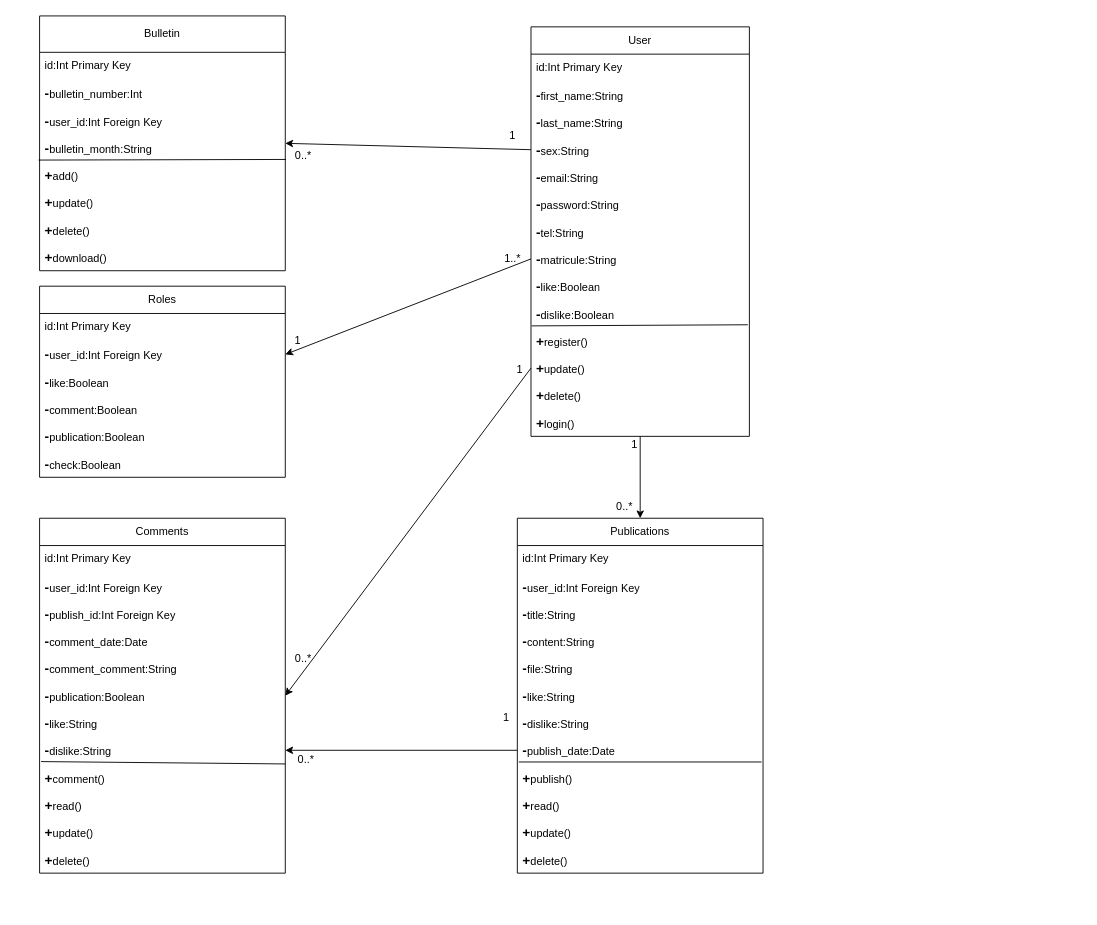
Earlier version of the draw.io diagram Bons/classe.drawio (Ahmadcodingalx/diagrammes). Source tidied: cells renumbered, new cells numbered last; positions are measured from the earlier drawing's top-left corner, leaving out a move shared by most shapes. Both pictures are drawn from the tidied source at 91%, with x=0, y=0 at pixel (39, 15).
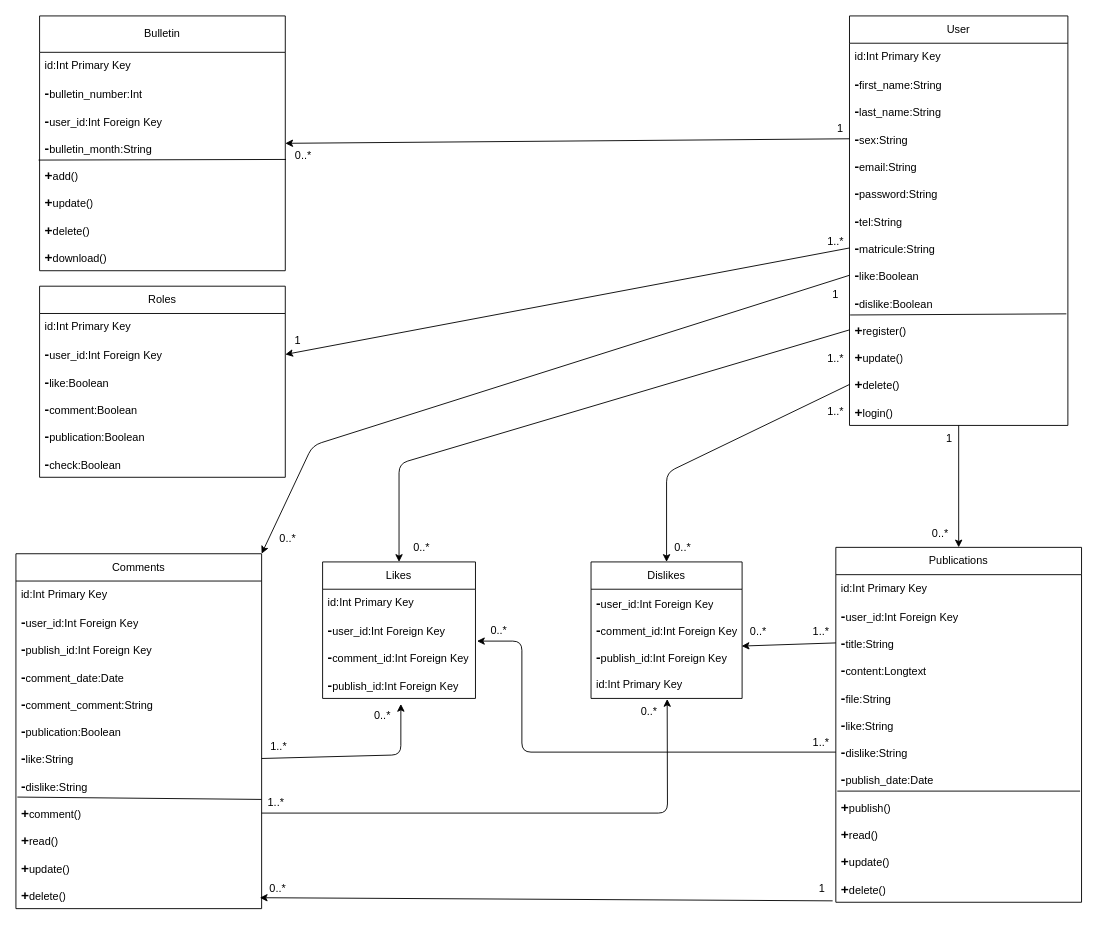
The same diagram, later.

Unchanged cells that the change refers to:
```xml
<mxCell id="11" value="&lt;b&gt;&lt;font style=&quot;font-size: 15px;&quot;&gt;-&lt;/font&gt;&lt;/b&gt;like:Boolean" style="text;strokeColor=none;fillColor=none;align=left;verticalAlign=middle;spacingLeft=4;spacingRight=4;overflow=hidden;points=[[0,0.5],[1,0.5]];portConstraint=eastwest;whiteSpace=wrap;html=1;" parent="2" vertex="1">
  <mxGeometry y="270" width="240" height="30" as="geometry" />
</mxCell>
<mxCell id="13" value="&lt;b&gt;&lt;font style=&quot;font-size: 15px;&quot;&gt;+&lt;/font&gt;&lt;/b&gt;register()" style="text;strokeColor=none;fillColor=none;align=left;verticalAlign=middle;spacingLeft=4;spacingRight=4;overflow=hidden;points=[[0,0.5],[1,0.5]];portConstraint=eastwest;whiteSpace=wrap;html=1;" parent="2" vertex="1">
  <mxGeometry y="330" width="240" height="30" as="geometry" />
</mxCell>
<mxCell id="14" value="&lt;b&gt;&lt;font style=&quot;font-size: 15px;&quot;&gt;+&lt;/font&gt;&lt;/b&gt;update()" style="text;strokeColor=none;fillColor=none;align=left;verticalAlign=middle;spacingLeft=4;spacingRight=4;overflow=hidden;points=[[0,0.5],[1,0.5]];portConstraint=eastwest;whiteSpace=wrap;html=1;" parent="2" vertex="1">
  <mxGeometry y="360" width="240" height="30" as="geometry" />
</mxCell>
<mxCell id="15" value="&lt;b&gt;&lt;font style=&quot;font-size: 15px;&quot;&gt;+&lt;/font&gt;&lt;/b&gt;delete()" style="text;strokeColor=none;fillColor=none;align=left;verticalAlign=middle;spacingLeft=4;spacingRight=4;overflow=hidden;points=[[0,0.5],[1,0.5]];portConstraint=eastwest;whiteSpace=wrap;html=1;" parent="2" vertex="1">
  <mxGeometry y="390" width="240" height="30" as="geometry" />
</mxCell>
<mxCell id="31" value="&lt;b&gt;&lt;font style=&quot;font-size: 15px;&quot;&gt;-&lt;/font&gt;&lt;/b&gt;title:String" style="text;strokeColor=none;fillColor=none;align=left;verticalAlign=middle;spacingLeft=4;spacingRight=4;overflow=hidden;points=[[0,0.5],[1,0.5]];portConstraint=eastwest;whiteSpace=wrap;html=1;" parent="28" vertex="1">
  <mxGeometry y="90" width="270" height="30" as="geometry" />
</mxCell>
<mxCell id="35" value="&lt;b&gt;&lt;font style=&quot;font-size: 15px;&quot;&gt;-&lt;/font&gt;&lt;/b&gt;dislike:String" style="text;strokeColor=none;fillColor=none;align=left;verticalAlign=middle;spacingLeft=4;spacingRight=4;overflow=hidden;points=[[0,0.5],[1,0.5]];portConstraint=eastwest;whiteSpace=wrap;html=1;" parent="28" vertex="1">
  <mxGeometry y="210" width="270" height="30" as="geometry" />
</mxCell>
<mxCell id="36" value="&lt;b&gt;&lt;font style=&quot;font-size: 15px;&quot;&gt;-&lt;/font&gt;&lt;/b&gt;publish_date:Date" style="text;strokeColor=none;fillColor=none;align=left;verticalAlign=middle;spacingLeft=4;spacingRight=4;overflow=hidden;points=[[0,0.5],[1,0.5]];portConstraint=eastwest;whiteSpace=wrap;html=1;" parent="28" vertex="1">
  <mxGeometry y="240" width="270" height="30" as="geometry" />
</mxCell>
<mxCell id="40" value="&lt;b&gt;&lt;font style=&quot;font-size: 15px;&quot;&gt;+&lt;/font&gt;&lt;/b&gt;delete()" style="text;strokeColor=none;fillColor=none;align=left;verticalAlign=middle;spacingLeft=4;spacingRight=4;overflow=hidden;points=[[0,0.5],[1,0.5]];portConstraint=eastwest;whiteSpace=wrap;html=1;" parent="28" vertex="1">
  <mxGeometry y="360" width="270" height="30" as="geometry" />
</mxCell>
<mxCell id="61" value="&lt;b&gt;&lt;font style=&quot;font-size: 15px;&quot;&gt;-&lt;/font&gt;&lt;/b&gt;publication:Boolean" style="text;strokeColor=none;fillColor=none;align=left;verticalAlign=middle;spacingLeft=4;spacingRight=4;overflow=hidden;points=[[0,0.5],[1,0.5]];portConstraint=eastwest;whiteSpace=wrap;html=1;" parent="55" vertex="1">
  <mxGeometry y="180" width="270" height="30" as="geometry" />
</mxCell>
<mxCell id="62" value="&lt;b&gt;&lt;font style=&quot;font-size: 15px;&quot;&gt;-&lt;/font&gt;&lt;/b&gt;like:String" style="text;strokeColor=none;fillColor=none;align=left;verticalAlign=middle;spacingLeft=4;spacingRight=4;overflow=hidden;points=[[0,0.5],[1,0.5]];portConstraint=eastwest;whiteSpace=wrap;html=1;" parent="55" vertex="1">
  <mxGeometry y="210" width="270" height="30" as="geometry" />
</mxCell>
<mxCell id="63" value="&lt;b&gt;&lt;font style=&quot;font-size: 15px;&quot;&gt;-&lt;/font&gt;&lt;/b&gt;dislike:String" style="text;strokeColor=none;fillColor=none;align=left;verticalAlign=middle;spacingLeft=4;spacingRight=4;overflow=hidden;points=[[0,0.5],[1,0.5]];portConstraint=eastwest;whiteSpace=wrap;html=1;" parent="55" vertex="1">
  <mxGeometry y="240" width="270" height="30" as="geometry" />
</mxCell>
<mxCell id="64" value="&lt;b&gt;&lt;font style=&quot;font-size: 15px;&quot;&gt;+&lt;/font&gt;&lt;/b&gt;comment()" style="text;strokeColor=none;fillColor=none;align=left;verticalAlign=middle;spacingLeft=4;spacingRight=4;overflow=hidden;points=[[0,0.5],[1,0.5]];portConstraint=eastwest;whiteSpace=wrap;html=1;" parent="55" vertex="1">
  <mxGeometry y="270" width="270" height="30" as="geometry" />
</mxCell>
```

Diff of the diagram source:
```diff
@@
     <mxCell id="2" value="User" style="swimlane;fontStyle=0;horizontal=1;startSize=30;whiteSpace=wrap;html=1;" parent="1" vertex="1">
-      <mxGeometry x="540" y="12" width="240" height="450" as="geometry" />
+      <mxGeometry x="890" width="240" height="450" as="geometry" />
     </mxCell>
@@
     <mxCell id="28" value="Publications" style="swimlane;fontStyle=0;horizontal=1;startSize=30;whiteSpace=wrap;html=1;" parent="1" vertex="1">
-      <mxGeometry x="525" y="552" width="270" height="390" as="geometry" />
+      <mxGeometry x="875" y="584" width="270" height="390" as="geometry" />
     </mxCell>
@@
-    <mxCell id="32" value="&lt;b&gt;&lt;font style=&quot;font-size: 15px;&quot;&gt;-&lt;/font&gt;&lt;/b&gt;content:String" style="text;strokeColor=none;fillColor=none;align=left;verticalAlign=middle;spacingLeft=4;spacingRight=4;overflow=hidden;whiteSpace=wrap;html=1;" parent="28" vertex="1">
+    <mxCell id="32" value="&lt;b&gt;&lt;font style=&quot;font-size: 15px;&quot;&gt;-&lt;/font&gt;&lt;/b&gt;content:Longtext" style="text;strokeColor=none;fillColor=none;align=left;verticalAlign=middle;spacingLeft=4;spacingRight=4;overflow=hidden;whiteSpace=wrap;html=1;" parent="28" vertex="1">
       <mxGeometry y="120" width="270" height="30" as="geometry" />
     </mxCell>
@@
     <mxCell id="44" value="1" style="text;html=1;strokeColor=none;fillColor=none;align=center;verticalAlign=middle;whiteSpace=wrap;rounded=0;" parent="1" vertex="1">
-      <mxGeometry x="490" y="117" width="60" height="30" as="geometry" />
+      <mxGeometry x="850" y="109" width="60" height="30" as="geometry" />
     </mxCell>
@@
     <mxCell id="46" value="1" style="text;html=1;strokeColor=none;fillColor=none;align=center;verticalAlign=middle;whiteSpace=wrap;rounded=0;" parent="1" vertex="1">
-      <mxGeometry x="624" y="456" width="60" height="30" as="geometry" />
+      <mxGeometry x="970" y="450" width="60" height="30" as="geometry" />
     </mxCell>
     <mxCell id="47" value="0..*" style="text;html=1;strokeColor=none;fillColor=none;align=center;verticalAlign=middle;whiteSpace=wrap;rounded=0;" parent="1" vertex="1">
-      <mxGeometry x="613" y="524" width="60" height="30" as="geometry" />
+      <mxGeometry x="960" y="554" width="60" height="30" as="geometry" />
     </mxCell>
@@
     <mxCell id="55" value="Comments" style="swimlane;fontStyle=0;horizontal=1;startSize=30;whiteSpace=wrap;html=1;" parent="1" vertex="1">
-      <mxGeometry y="552" width="270" height="390" as="geometry" />
+      <mxGeometry x="-26" y="591" width="270" height="390" as="geometry" />
     </mxCell>
@@
     <mxCell id="71" value="1..*" style="text;html=1;strokeColor=none;fillColor=none;align=center;verticalAlign=middle;whiteSpace=wrap;rounded=0;" parent="1" vertex="1">
-      <mxGeometry x="490" y="252" width="60" height="30" as="geometry" />
+      <mxGeometry x="845" y="233" width="60" height="30" as="geometry" />
     </mxCell>
-    <mxCell id="72" style="edgeStyle=none;html=1;exitX=0;exitY=0.5;exitDx=0;exitDy=0;entryX=1;entryY=0.5;entryDx=0;entryDy=0;" parent="1" edge="1" source="14" target="61">
-      <mxGeometry relative="1" as="geometry" />
+    <mxCell id="72" style="edgeStyle=none;html=1;exitX=0;exitY=0.5;exitDx=0;exitDy=0;entryX=1;entryY=0;entryDx=0;entryDy=0;" parent="1" edge="1" source="11" target="55">
+      <mxGeometry relative="1" as="geometry">
+        <Array as="points">
+          <mxPoint x="300" y="472" />
+        </Array>
+      </mxGeometry>
     </mxCell>
     <mxCell id="73" value="0..*" style="text;html=1;strokeColor=none;fillColor=none;align=center;verticalAlign=middle;whiteSpace=wrap;rounded=0;" parent="1" vertex="1">
-      <mxGeometry x="260" y="691" width="60" height="30" as="geometry" />
+      <mxGeometry x="243" y="560" width="60" height="30" as="geometry" />
     </mxCell>
     <mxCell id="74" value="1" style="text;html=1;strokeColor=none;fillColor=none;align=center;verticalAlign=middle;whiteSpace=wrap;rounded=0;" parent="1" vertex="1">
-      <mxGeometry x="498" y="374" width="60" height="30" as="geometry" />
+      <mxGeometry x="845" y="292" width="60" height="30" as="geometry" />
     </mxCell>
-    <mxCell id="75" style="edgeStyle=none;html=1;exitX=0;exitY=0.5;exitDx=0;exitDy=0;entryX=1;entryY=0.5;entryDx=0;entryDy=0;" parent="1" edge="1" source="36" target="63">
-      <mxGeometry relative="1" as="geometry" />
+    <mxCell id="75" style="edgeStyle=none;html=1;exitX=-0.013;exitY=0.948;exitDx=0;exitDy=0;exitPerimeter=0;" parent="1" edge="1" source="40">
+      <mxGeometry relative="1" as="geometry">
+        <mxPoint x="242" y="969" as="targetPoint" />
+      </mxGeometry>
     </mxCell>
     <mxCell id="76" value="0..*" style="text;html=1;strokeColor=none;fillColor=none;align=center;verticalAlign=middle;whiteSpace=wrap;rounded=0;" parent="1" vertex="1">
-      <mxGeometry x="263" y="803" width="60" height="30" as="geometry" />
+      <mxGeometry x="232" y="944" width="60" height="30" as="geometry" />
     </mxCell>
     <mxCell id="77" value="1" style="text;html=1;strokeColor=none;fillColor=none;align=center;verticalAlign=middle;whiteSpace=wrap;rounded=0;" parent="1" vertex="1">
-      <mxGeometry x="483" y="756" width="60" height="30" as="geometry" />
+      <mxGeometry x="830" y="944" width="60" height="30" as="geometry" />
     </mxCell>
+    <mxCell id="78" value="Likes" style="swimlane;fontStyle=0;horizontal=1;startSize=30;whiteSpace=wrap;html=1;" parent="1" vertex="1">
+      <mxGeometry x="311" y="600" width="168" height="150" as="geometry" />
+    </mxCell>
+    <mxCell id="79" value="id:Int Primary Key" style="text;strokeColor=none;fillColor=none;align=left;verticalAlign=middle;spacingLeft=4;spacingRight=4;overflow=hidden;whiteSpace=wrap;html=1;" parent="78" vertex="1">
+      <mxGeometry y="30" width="168" height="30" as="geometry" />
+    </mxCell>
+    <mxCell id="80" value="&lt;b&gt;&lt;font style=&quot;font-size: 15px;&quot;&gt;-&lt;/font&gt;&lt;/b&gt;user_id:Int Foreign Key" style="text;strokeColor=none;fillColor=none;align=left;verticalAlign=middle;spacingLeft=4;spacingRight=4;overflow=hidden;whiteSpace=wrap;html=1;" parent="78" vertex="1">
+      <mxGeometry y="60" width="168" height="30" as="geometry" />
+    </mxCell>
+    <mxCell id="81" value="&lt;b&gt;&lt;font style=&quot;font-size: 15px;&quot;&gt;-&lt;/font&gt;&lt;/b&gt;comment_id:Int Foreign Key" style="text;strokeColor=none;fillColor=none;align=left;verticalAlign=middle;spacingLeft=4;spacingRight=4;overflow=hidden;points=[[0,0.5],[1,0.5]];portConstraint=eastwest;whiteSpace=wrap;html=1;" parent="78" vertex="1">
+      <mxGeometry y="90" width="168" height="30" as="geometry" />
+    </mxCell>
+    <mxCell id="82" value="&lt;b&gt;&lt;font style=&quot;font-size: 15px;&quot;&gt;-&lt;/font&gt;&lt;/b&gt;publish_id:Int Foreign Key" style="text;strokeColor=none;fillColor=none;align=left;verticalAlign=middle;spacingLeft=4;spacingRight=4;overflow=hidden;points=[[0,0.5],[1,0.5]];portConstraint=eastwest;whiteSpace=wrap;html=1;" parent="78" vertex="1">
+      <mxGeometry y="120" width="168" height="30" as="geometry" />
+    </mxCell>
+    <mxCell id="83" value="Dislikes" style="swimlane;fontStyle=0;horizontal=1;startSize=30;whiteSpace=wrap;html=1;" parent="1" vertex="1">
+      <mxGeometry x="606" y="600" width="166" height="150" as="geometry" />
+    </mxCell>
+    <mxCell id="84" value="&lt;b&gt;&lt;font style=&quot;font-size: 15px;&quot;&gt;-&lt;/font&gt;&lt;/b&gt;user_id:Int Foreign Key" style="text;strokeColor=none;fillColor=none;align=left;verticalAlign=middle;spacingLeft=4;spacingRight=4;overflow=hidden;whiteSpace=wrap;html=1;" parent="83" vertex="1">
+      <mxGeometry y="30" width="166" height="30" as="geometry" />
+    </mxCell>
+    <mxCell id="85" value="&lt;b&gt;&lt;font style=&quot;font-size: 15px;&quot;&gt;-&lt;/font&gt;&lt;/b&gt;comment_id:Int Foreign Key" style="text;strokeColor=none;fillColor=none;align=left;verticalAlign=middle;spacingLeft=4;spacingRight=4;overflow=hidden;whiteSpace=wrap;html=1;" parent="83" vertex="1">
+      <mxGeometry y="60" width="166" height="30" as="geometry" />
+    </mxCell>
+    <mxCell id="86" value="&lt;b&gt;&lt;font style=&quot;font-size: 15px;&quot;&gt;-&lt;/font&gt;&lt;/b&gt;publish_id:Int Foreign Key" style="text;strokeColor=none;fillColor=none;align=left;verticalAlign=middle;spacingLeft=4;spacingRight=4;overflow=hidden;points=[[0,0.5],[1,0.5]];portConstraint=eastwest;whiteSpace=wrap;html=1;" parent="83" vertex="1">
+      <mxGeometry y="90" width="166" height="30" as="geometry" />
+    </mxCell>
+    <mxCell id="87" value="id:Int Primary Key" style="text;strokeColor=none;fillColor=none;align=left;verticalAlign=middle;spacingLeft=4;spacingRight=4;overflow=hidden;points=[[0,0.5],[1,0.5]];portConstraint=eastwest;whiteSpace=wrap;html=1;" parent="83" vertex="1">
+      <mxGeometry y="120" width="166" height="30" as="geometry" />
+    </mxCell>
+    <mxCell id="88" style="edgeStyle=none;html=1;exitX=0;exitY=0.5;exitDx=0;exitDy=0;entryX=0.5;entryY=0;entryDx=0;entryDy=0;" parent="1" edge="1" source="13" target="78">
+      <mxGeometry relative="1" as="geometry">
+        <Array as="points">
+          <mxPoint x="395" y="492" />
+        </Array>
+      </mxGeometry>
+    </mxCell>
+    <mxCell id="89" value="0..*" style="text;html=1;strokeColor=none;fillColor=none;align=center;verticalAlign=middle;whiteSpace=wrap;rounded=0;" parent="1" vertex="1">
+      <mxGeometry x="390" y="570" width="60" height="30" as="geometry" />
+    </mxCell>
+    <mxCell id="90" value="1..*" style="text;html=1;strokeColor=none;fillColor=none;align=center;verticalAlign=middle;whiteSpace=wrap;rounded=0;" parent="1" vertex="1">
+      <mxGeometry x="845" y="362" width="60" height="30" as="geometry" />
+    </mxCell>
+    <mxCell id="91" style="edgeStyle=none;html=1;exitX=0;exitY=0.5;exitDx=0;exitDy=0;entryX=0.5;entryY=0;entryDx=0;entryDy=0;" parent="1" edge="1" source="15" target="83">
+      <mxGeometry relative="1" as="geometry">
+        <Array as="points">
+          <mxPoint x="689" y="502" />
+        </Array>
+      </mxGeometry>
+    </mxCell>
+    <mxCell id="92" value="0..*" style="text;html=1;strokeColor=none;fillColor=none;align=center;verticalAlign=middle;whiteSpace=wrap;rounded=0;" parent="1" vertex="1">
+      <mxGeometry x="677" y="570" width="60" height="30" as="geometry" />
+    </mxCell>
+    <mxCell id="93" value="1..*" style="text;html=1;strokeColor=none;fillColor=none;align=center;verticalAlign=middle;whiteSpace=wrap;rounded=0;" parent="1" vertex="1">
+      <mxGeometry x="845" y="420" width="60" height="30" as="geometry" />
+    </mxCell>
+    <mxCell id="94" style="edgeStyle=none;html=1;exitX=1;exitY=0.5;exitDx=0;exitDy=0;entryX=0.512;entryY=1.203;entryDx=0;entryDy=0;entryPerimeter=0;" parent="1" edge="1" source="62" target="82">
+      <mxGeometry relative="1" as="geometry">
+        <Array as="points">
+          <mxPoint x="397" y="812" />
+        </Array>
+      </mxGeometry>
+    </mxCell>
+    <mxCell id="95" style="edgeStyle=none;html=1;exitX=1;exitY=0.5;exitDx=0;exitDy=0;entryX=0.504;entryY=1.021;entryDx=0;entryDy=0;entryPerimeter=0;" parent="1" edge="1" source="64" target="87">
+      <mxGeometry relative="1" as="geometry">
+        <Array as="points">
+          <mxPoint x="690" y="876" />
+        </Array>
+      </mxGeometry>
+    </mxCell>
+    <mxCell id="96" style="edgeStyle=none;html=1;exitX=0;exitY=0.5;exitDx=0;exitDy=0;entryX=0.997;entryY=0.082;entryDx=0;entryDy=0;entryPerimeter=0;" parent="1" edge="1" source="31" target="86">
+      <mxGeometry relative="1" as="geometry" />
+    </mxCell>
+    <mxCell id="97" style="edgeStyle=none;html=1;exitX=0;exitY=0.5;exitDx=0;exitDy=0;entryX=1.01;entryY=-0.1;entryDx=0;entryDy=0;entryPerimeter=0;" parent="1" edge="1" source="35" target="81">
+      <mxGeometry relative="1" as="geometry">
+        <Array as="points">
+          <mxPoint x="530" y="809" />
+          <mxPoint x="530" y="687" />
+        </Array>
+      </mxGeometry>
+    </mxCell>
+    <mxCell id="98" value="0..*" style="text;html=1;strokeColor=none;fillColor=none;align=center;verticalAlign=middle;whiteSpace=wrap;rounded=0;" parent="1" vertex="1">
+      <mxGeometry x="347" y="754" width="60" height="30" as="geometry" />
+    </mxCell>
+    <mxCell id="99" value="1..*" style="text;html=1;strokeColor=none;fillColor=none;align=center;verticalAlign=middle;whiteSpace=wrap;rounded=0;" parent="1" vertex="1">
+      <mxGeometry x="233" y="788" width="60" height="30" as="geometry" />
+    </mxCell>
+    <mxCell id="100" value="1..*" style="text;html=1;strokeColor=none;fillColor=none;align=center;verticalAlign=middle;whiteSpace=wrap;rounded=0;" parent="1" vertex="1">
+      <mxGeometry x="230" y="850" width="60" height="30" as="geometry" />
+    </mxCell>
+    <mxCell id="101" value="1..*" style="text;html=1;strokeColor=none;fillColor=none;align=center;verticalAlign=middle;whiteSpace=wrap;rounded=0;" parent="1" vertex="1">
+      <mxGeometry x="829" y="784" width="60" height="30" as="geometry" />
+    </mxCell>
+    <mxCell id="102" value="1..*" style="text;html=1;strokeColor=none;fillColor=none;align=center;verticalAlign=middle;whiteSpace=wrap;rounded=0;" parent="1" vertex="1">
+      <mxGeometry x="829" y="662" width="60" height="30" as="geometry" />
+    </mxCell>
+    <mxCell id="103" value="0..*" style="text;html=1;strokeColor=none;fillColor=none;align=center;verticalAlign=middle;whiteSpace=wrap;rounded=0;" parent="1" vertex="1">
+      <mxGeometry x="475" y="661" width="60" height="30" as="geometry" />
+    </mxCell>
+    <mxCell id="104" value="0..*" style="text;html=1;strokeColor=none;fillColor=none;align=center;verticalAlign=middle;whiteSpace=wrap;rounded=0;" parent="1" vertex="1">
+      <mxGeometry x="640" y="750" width="60" height="30" as="geometry" />
+    </mxCell>
+    <mxCell id="105" value="0..*" style="text;html=1;strokeColor=none;fillColor=none;align=center;verticalAlign=middle;whiteSpace=wrap;rounded=0;" parent="1" vertex="1">
+      <mxGeometry x="760" y="662" width="60" height="30" as="geometry" />
+    </mxCell>
```
